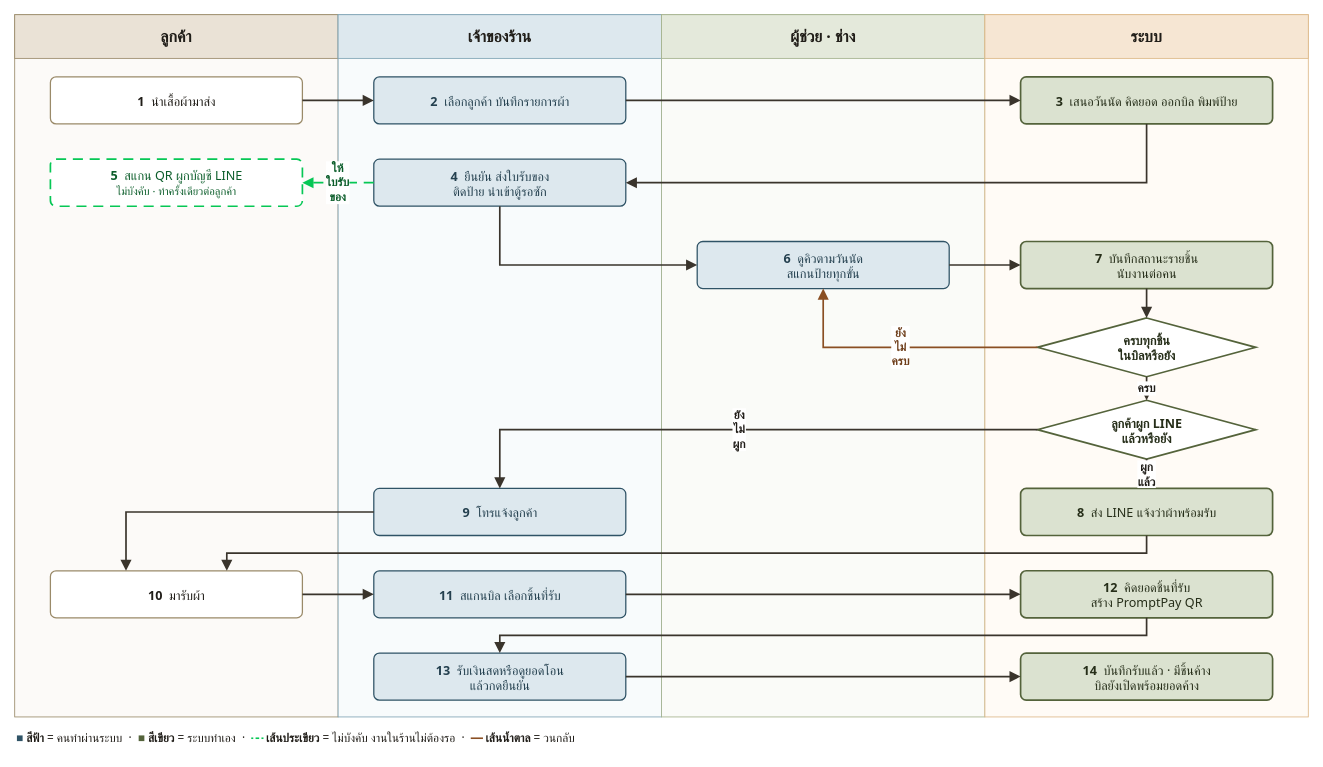
Earlier version of the draw.io diagram page "4 TO-BE (vertical)" (7 of 10) of docs/proposal/proposal-diagrams.drawio (peeranat45/sriborisud-laundry). Source tidied: cells renumbered, new cells numbered last; positions are measured from the earlier drawing's top-left corner, leaving out a move shared by most shapes. Both pictures are drawn from the tidied source at 84%, with x=0, y=0 at pixel (14, 14).
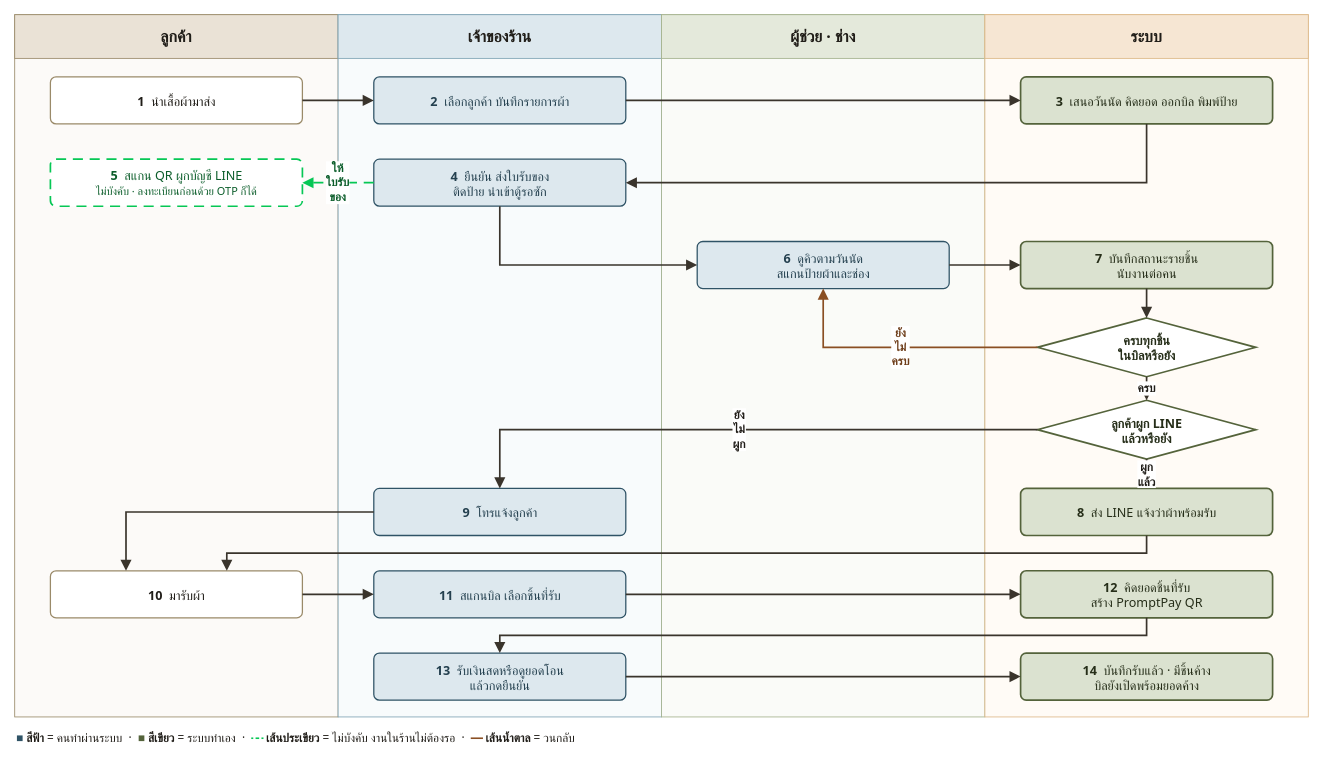
After the change.

Commit message (it also covers changes not shown here):
docs: ลงทะเบียนลูกค้าด้วย OTP และติดตามตำแหน่งผ้าในตู้และราว

What changed in the source:
```diff
@@
-    <mxCell id="14" value="&lt;b&gt;5&lt;/b&gt;&amp;nbsp; สแกน QR ผูกบัญชี LINE&lt;br&gt;&lt;font style='font-size:13px'&gt;ไม่บังคับ · ทำครั้งเดียวต่อลูกค้า&lt;/font&gt;" style="fontFamily=Tahoma;html=1;whiteSpace=wrap;rounded=1;arcSize=12;fillColor=#FFFFFF;strokeColor=#06C755;fontColor=#0B5D2A;fontSize=15;strokeWidth=1.5;dashed=1;dashPattern=6 4;strokeWidth=2;" parent="1" vertex="1">
+    <mxCell id="14" value="&lt;b&gt;5&lt;/b&gt;&amp;nbsp; สแกน QR ผูกบัญชี LINE&lt;br&gt;&lt;font style='font-size:13px'&gt;ไม่บังคับ · ลงทะเบียนก่อนด้วย OTP ก็ได้&lt;/font&gt;" style="fontFamily=Tahoma;html=1;whiteSpace=wrap;rounded=1;arcSize=12;fillColor=#FFFFFF;strokeColor=#06C755;fontColor=#0B5D2A;fontSize=15;strokeWidth=1.5;dashed=1;dashPattern=6 4;strokeWidth=2;" parent="1" vertex="1">
       <mxGeometry x="42.5" y="172" width="300" height="56" as="geometry" />
     </mxCell>
-    <mxCell id="15" value="&lt;b&gt;6&lt;/b&gt;&amp;nbsp; ดูคิวตามวันนัด&lt;br&gt;สแกนป้ายทุกขั้น" style="fontFamily=Tahoma;html=1;whiteSpace=wrap;rounded=1;arcSize=12;fillColor=#DDE8EE;strokeColor=#2F5366;fontColor=#24404F;fontSize=15;strokeWidth=1.5;" parent="1" vertex="1">
+    <mxCell id="15" value="&lt;b&gt;6&lt;/b&gt;&amp;nbsp; ดูคิวตามวันนัด&lt;br&gt;สแกนป้ายผ้าและช่อง" style="fontFamily=Tahoma;html=1;whiteSpace=wrap;rounded=1;arcSize=12;fillColor=#DDE8EE;strokeColor=#2F5366;fontColor=#24404F;fontSize=15;strokeWidth=1.5;" parent="1" vertex="1">
       <mxGeometry x="812.5" y="270" width="300" height="56" as="geometry" />
     </mxCell>
```
